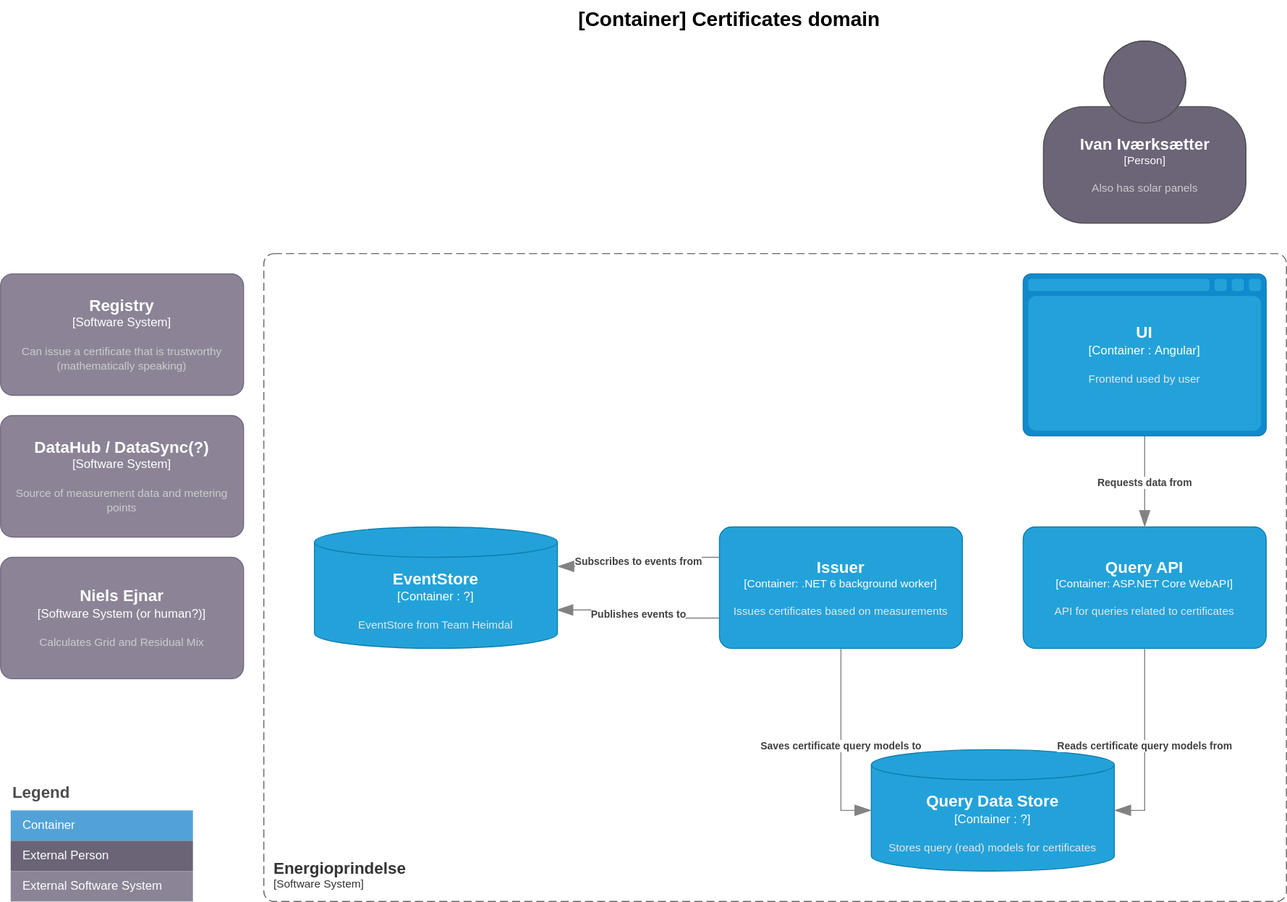
Earlier version of the draw.io export doc/architecture/diagrams/certificates.container.drawio.svg (Energinet-DataHub/energy-origin). Source tidied: cells renumbered, new cells last; positions are measured from the earlier drawing's top-left corner, leaving out a move shared by most shapes.
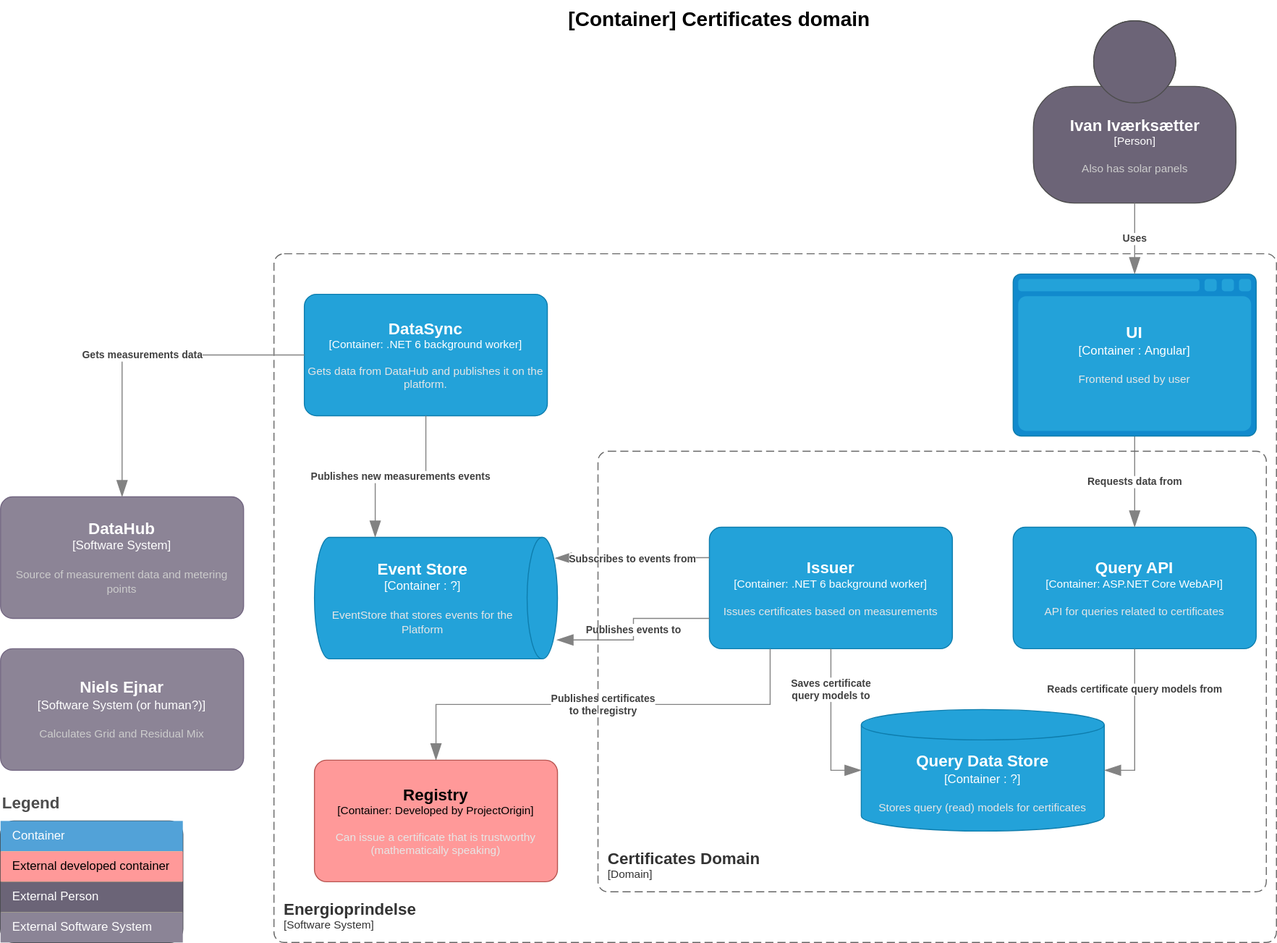
Later version of the same file.

Change to the diagram source:
```diff
@@ -6,10 +6,5 @@
       <mxCell style="rounded=1;fontSize=11;whiteSpace=wrap;html=1;dashed=1;arcSize=20;fillColor=none;strokeColor=#666666;fontColor=#333333;labelBackgroundColor=none;align=left;verticalAlign=bottom;labelBorderColor=none;spacingTop=0;spacing=10;dashPattern=8 4;perimeter=rectanglePerimeter;noLabel=0;labelPadding=0;absoluteArcSize=1;" parent="1" vertex="1">
-        <mxGeometry x="260" y="250" width="1010" height="640" as="geometry" />
+        <mxGeometry x="280" y="250" width="990" height="680" as="geometry" />
       </mxCell>
     </object>
-    <object id="3" label="&lt;font style=&quot;font-size: 16px&quot;&gt;&lt;b&gt;%c4Type%&lt;/font&gt;&lt;div&gt;[%c4Container%:&amp;nbsp;%c4Technology%]&lt;/div&gt;&lt;br&gt;&lt;div&gt;&lt;font style=&quot;font-size: 11px&quot;&gt;&lt;font color=&quot;#E6E6E6&quot;&gt;%c4Description%&lt;/font&gt;&lt;/div&gt;" c4Container="Container " c4Description="EventStore from Team Heimdal " c4Technology="?" c4Type="EventStore" placeholders="1">
-      <mxCell style="shape=cylinder3;size=15;whiteSpace=wrap;html=1;boundedLbl=1;rounded=0;labelBackgroundColor=none;fillColor=#23A2D9;fontSize=12;fontColor=#ffffff;align=center;strokeColor=#0E7DAD;points=[[0.5,0,0],[1,0.25,0],[1,0.5,0],[1,0.75,0],[0.5,1,0],[0,0.75,0],[0,0.5,0],[0,0.25,0]];" parent="1" vertex="1">
-        <mxGeometry x="310" y="520" width="240" height="120" as="geometry" />
-      </mxCell>
-    </object>
     <object id="4" label="&lt;font style=&quot;font-size: 16px&quot;&gt;&lt;b&gt;%c4Name%&lt;/b&gt;&lt;/font&gt;&lt;div&gt;[%c4Type%: %c4Technology%]&lt;/div&gt;&lt;br&gt;&lt;div&gt;&lt;font style=&quot;font-size: 11px&quot;&gt;&lt;font color=&quot;#E6E6E6&quot;&gt;%c4Description%&lt;/font&gt;&lt;/div&gt;" c4Description="API for queries related to certificates" c4Name="Query API" c4Technology="ASP.NET Core WebAPI" c4Type="Container" placeholders="1">
@@ -26,3 +21,3 @@
       <mxCell style="shape=cylinder3;size=15;whiteSpace=wrap;html=1;boundedLbl=1;rounded=0;labelBackgroundColor=none;fillColor=#23A2D9;fontSize=12;fontColor=#ffffff;align=center;strokeColor=#0E7DAD;points=[[0.5,0,0],[1,0.25,0],[1,0.5,0],[1,0.75,0],[0.5,1,0],[0,0.75,0],[0,0.5,0],[0,0.25,0]];" parent="1" vertex="1">
-        <mxGeometry x="860" y="740" width="240" height="120" as="geometry" />
+        <mxGeometry x="860" y="700" width="240" height="120" as="geometry" />
       </mxCell>
@@ -30,3 +25,3 @@
     <object id="7" label="&lt;div style=&quot;text-align: left&quot;&gt;&lt;div style=&quot;text-align: center&quot;&gt;&lt;b&gt;%c4Description%&lt;/b&gt;&lt;/div&gt;" c4Description="Subscribes to events from" c4Type="Relationship" placeholders="1">
-      <mxCell style="endArrow=blockThin;html=1;fontSize=10;fontColor=#404040;strokeWidth=1;endFill=1;strokeColor=#828282;elbow=vertical;endSize=14;startSize=14;jumpStyle=arc;jumpSize=16;rounded=0;edgeStyle=orthogonalEdgeStyle;exitX=0;exitY=0.25;exitDx=0;exitDy=0;exitPerimeter=0;entryX=1;entryY=0.325;entryDx=0;entryDy=0;entryPerimeter=0;" parent="1" edge="1" source="5" target="3">
+      <mxCell style="endArrow=blockThin;html=1;fontSize=10;fontColor=#404040;strokeWidth=1;endFill=1;strokeColor=#828282;elbow=vertical;endSize=14;startSize=14;jumpStyle=arc;jumpSize=16;rounded=0;edgeStyle=orthogonalEdgeStyle;exitX=0;exitY=0.25;exitDx=0;exitDy=0;exitPerimeter=0;entryX=0.171;entryY=0.01;entryDx=0;entryDy=0;entryPerimeter=0;" parent="1" edge="1" source="5" target="3">
         <mxGeometry relative="1" as="geometry" />
@@ -35,3 +30,3 @@
     <object id="8" label="&lt;div style=&quot;text-align: left&quot;&gt;&lt;div style=&quot;text-align: center&quot;&gt;&lt;b&gt;%c4Description%&lt;/b&gt;&lt;/div&gt;" c4Description="Publishes events to" c4Type="Relationship" placeholders="1">
-      <mxCell style="endArrow=blockThin;html=1;fontSize=10;fontColor=#404040;strokeWidth=1;endFill=1;strokeColor=#828282;elbow=vertical;endSize=14;startSize=14;jumpStyle=arc;jumpSize=16;rounded=0;edgeStyle=orthogonalEdgeStyle;entryX=0.996;entryY=0.683;entryDx=0;entryDy=0;entryPerimeter=0;exitX=0;exitY=0.75;exitDx=0;exitDy=0;exitPerimeter=0;" parent="1" edge="1" source="5" target="3">
+      <mxCell style="endArrow=blockThin;html=1;fontSize=10;fontColor=#404040;strokeWidth=1;endFill=1;strokeColor=#828282;elbow=vertical;endSize=14;startSize=14;jumpStyle=arc;jumpSize=16;rounded=0;edgeStyle=orthogonalEdgeStyle;entryX=0.844;entryY=0.003;entryDx=0;entryDy=0;entryPerimeter=0;exitX=0;exitY=0.75;exitDx=0;exitDy=0;exitPerimeter=0;" parent="1" edge="1" source="5" target="3">
         <mxGeometry relative="1" as="geometry" />
@@ -39,5 +34,5 @@
     </object>
-    <object id="9" label="&lt;div style=&quot;text-align: left&quot;&gt;&lt;div style=&quot;text-align: center&quot;&gt;&lt;b&gt;%c4Description%&lt;/b&gt;&lt;/div&gt;" c4Description="Saves certificate query models to" c4Type="Relationship" placeholders="1">
+    <object id="9" label="&lt;div style=&quot;text-align: left&quot;&gt;&lt;div style=&quot;text-align: center&quot;&gt;&lt;b&gt;%c4Description%&lt;/b&gt;&lt;/div&gt;" c4Description="Saves certificate &#10;query models to" c4Type="Relationship" placeholders="1">
       <mxCell style="endArrow=blockThin;html=1;fontSize=10;fontColor=#404040;strokeWidth=1;endFill=1;strokeColor=#828282;elbow=vertical;endSize=14;startSize=14;jumpStyle=arc;jumpSize=16;rounded=0;edgeStyle=orthogonalEdgeStyle;exitX=0.5;exitY=1;exitDx=0;exitDy=0;exitPerimeter=0;entryX=0;entryY=0.5;entryDx=0;entryDy=0;entryPerimeter=0;" parent="1" edge="1" source="5" target="6">
-        <mxGeometry relative="1" as="geometry" />
+        <mxGeometry x="-0.47" relative="1" as="geometry" />
       </mxCell>
@@ -46,3 +41,3 @@
       <mxCell style="endArrow=blockThin;html=1;fontSize=10;fontColor=#404040;strokeWidth=1;endFill=1;strokeColor=#828282;elbow=vertical;endSize=14;startSize=14;jumpStyle=arc;jumpSize=16;rounded=0;edgeStyle=orthogonalEdgeStyle;exitX=0.5;exitY=1;exitDx=0;exitDy=0;exitPerimeter=0;entryX=1;entryY=0.5;entryDx=0;entryDy=0;entryPerimeter=0;" parent="1" edge="1" source="4" target="6">
-        <mxGeometry relative="1" as="geometry" />
+        <mxGeometry x="-0.47" relative="1" as="geometry" />
       </mxCell>
@@ -54,5 +49,5 @@
     </object>
-    <object id="12" label="&lt;font style=&quot;font-size: 16px&quot;&gt;&lt;b&gt;%c4Name%&lt;/b&gt;&lt;/font&gt;&lt;div&gt;[%c4Type%]&lt;/div&gt;&lt;br&gt;&lt;div&gt;&lt;font style=&quot;font-size: 11px&quot;&gt;&lt;font color=&quot;#cccccc&quot;&gt;%c4Description%&lt;/font&gt;&lt;/div&gt;" c4Description="Source of measurement data and metering points" c4Name="DataHub / DataSync(?)" c4Type="Software System" placeholders="1">
+    <object id="12" label="&lt;font style=&quot;font-size: 16px&quot;&gt;&lt;b&gt;%c4Name%&lt;/b&gt;&lt;/font&gt;&lt;div&gt;[%c4Type%]&lt;/div&gt;&lt;br&gt;&lt;div&gt;&lt;font style=&quot;font-size: 11px&quot;&gt;&lt;font color=&quot;#cccccc&quot;&gt;%c4Description%&lt;/font&gt;&lt;/div&gt;" c4Description="Source of measurement data and metering points" c4Name="DataHub" c4Type="Software System" placeholders="1">
       <mxCell style="rounded=1;whiteSpace=wrap;html=1;labelBackgroundColor=none;fillColor=#8C8496;fontColor=#ffffff;align=center;arcSize=10;strokeColor=#736782;points=[[0.25,0,0],[0.5,0,0],[0.75,0,0],[1,0.25,0],[1,0.5,0],[1,0.75,0],[0.75,1,0],[0.5,1,0],[0.25,1,0],[0,0.75,0],[0,0.5,0],[0,0.25,0]];" parent="1" vertex="1">
-        <mxGeometry y="410" width="240" height="120" as="geometry" />
+        <mxGeometry x="10" y="490" width="240" height="120" as="geometry" />
       </mxCell>
@@ -61,3 +56,3 @@
       <mxCell style="html=1;fontSize=11;dashed=0;whitespace=wrap;fillColor=#6C6477;strokeColor=#4D4D4D;fontColor=#ffffff;shape=mxgraph.c4.person2;align=center;points=[[0.5,0,0],[1,0.5,0],[1,0.75,0],[0.75,1,0],[0.5,1,0],[0.25,1,0],[0,0.75,0],[0,0.5,0]];" parent="1" vertex="1">
-        <mxGeometry x="1030" y="40" width="200" height="180" as="geometry" />
+        <mxGeometry x="1030" y="20" width="200" height="180" as="geometry" />
       </mxCell>
@@ -71,30 +66,70 @@
       <mxCell style="rounded=1;whiteSpace=wrap;html=1;labelBackgroundColor=none;fillColor=#8C8496;fontColor=#ffffff;align=center;arcSize=10;strokeColor=#736782;" parent="1" vertex="1">
-        <mxGeometry y="550" width="240" height="120" as="geometry" />
+        <mxGeometry x="10" y="640" width="240" height="120" as="geometry" />
       </mxCell>
     </object>
-    <object id="16" label="&lt;font style=&quot;font-size: 16px&quot;&gt;&lt;b&gt;%c4Name%&lt;/b&gt;&lt;/font&gt;&lt;div&gt;[%c4Type%]&lt;/div&gt;&lt;br&gt;&lt;div&gt;&lt;font style=&quot;font-size: 11px&quot;&gt;&lt;font color=&quot;#cccccc&quot;&gt;%c4Description%&lt;/font&gt;&lt;/div&gt;" c4Description="Can issue a certificate that is trustworthy (mathematically speaking)" c4Name="Registry" c4Type="Software System" placeholders="1">
-      <mxCell style="rounded=1;whiteSpace=wrap;html=1;labelBackgroundColor=none;fillColor=#8C8496;fontColor=#ffffff;align=center;arcSize=10;strokeColor=#736782;" parent="1" vertex="1">
-        <mxGeometry y="270" width="240" height="120" as="geometry" />
-      </mxCell>
-    </object>
+    <object id="22" label="&lt;font style=&quot;font-size: 20px;&quot;&gt;&lt;b style=&quot;font-size: 20px;&quot;&gt;&lt;div style=&quot;font-size: 20px;&quot;&gt;%c4Name%&lt;/div&gt;&lt;/b&gt;&lt;/font&gt;&lt;div style=&quot;font-size: 20px;&quot;&gt;%c4Description%&lt;/div&gt;" c4Description="" c4Name="[Container] Certificates domain" c4Type="ContainerDiagramTitle" placeholders="1">
+      <mxCell style="text;html=1;strokeColor=none;fillColor=none;align=center;verticalAlign=top;whiteSpace=wrap;rounded=0;fontSize=20;" parent="1" vertex="1">
+        <mxGeometry x="520" width="400" height="40" as="geometry" />
+      </mxCell>
+    </object>
+    <object id="3" label="&lt;font style=&quot;font-size: 16px&quot;&gt;&lt;b&gt;%c4Type%&lt;/font&gt;&lt;div&gt;[%c4Container%:&amp;nbsp;%c4Technology%]&lt;/div&gt;&lt;br&gt;&lt;div&gt;&lt;font style=&quot;font-size: 11px&quot;&gt;&lt;font color=&quot;#E6E6E6&quot;&gt;%c4Description%&lt;/font&gt;&lt;/div&gt;" c4Container="Container " c4Description="EventStore that stores events for the Platform" c4Technology="?" c4Type="Event Store" placeholders="1">
+      <mxCell style="shape=cylinder3;size=15;direction=south;whiteSpace=wrap;html=1;boundedLbl=1;rounded=0;labelBackgroundColor=none;fillColor=#23A2D9;fontSize=12;fontColor=#ffffff;align=center;strokeColor=#0E7DAD;points=[[0.5,0,0],[1,0.25,0],[1,0.5,0],[1,0.75,0],[0.5,1,0],[0,0.75,0],[0,0.5,0],[0,0.25,0]];" parent="1" vertex="1">
+        <mxGeometry x="320" y="530" width="240" height="120" as="geometry" />
+      </mxCell>
+    </object>
+    <object id="23" label="&lt;font style=&quot;font-size: 16px&quot;&gt;&lt;b&gt;%c4Name%&lt;/b&gt;&lt;/font&gt;&lt;div&gt;[%c4Type%: %c4Technology%]&lt;/div&gt;&lt;br&gt;&lt;div&gt;&lt;font style=&quot;font-size: 11px&quot;&gt;&lt;font color=&quot;#E6E6E6&quot;&gt;%c4Description%&lt;/font&gt;&lt;/div&gt;" c4Description="Gets data from DataHub and publishes it on the platform." c4Name="DataSync" c4Technology=".NET 6 background worker" c4Type="Container" placeholders="1">
+      <mxCell style="rounded=1;whiteSpace=wrap;html=1;fontSize=11;labelBackgroundColor=none;fillColor=#23A2D9;fontColor=#ffffff;align=center;arcSize=10;strokeColor=#0E7DAD;points=[[0.25,0,0],[0.5,0,0],[0.75,0,0],[1,0.25,0],[1,0.5,0],[1,0.75,0],[0.75,1,0],[0.5,1,0],[0.25,1,0],[0,0.75,0],[0,0.5,0],[0,0.25,0]];" parent="1" vertex="1">
+        <mxGeometry x="310" y="290" width="240" height="120" as="geometry" />
+      </mxCell>
+    </object>
+    <object id="24" label="&lt;div style=&quot;text-align: left&quot;&gt;&lt;div style=&quot;text-align: center&quot;&gt;&lt;b&gt;%c4Description%&lt;/b&gt;&lt;/div&gt;" c4Description="Publishes new measurements events" c4Type="Relationship" placeholders="1">
+      <mxCell style="endArrow=blockThin;html=1;fontSize=10;fontColor=#404040;strokeWidth=1;endFill=1;strokeColor=#828282;elbow=vertical;endSize=14;startSize=14;jumpStyle=arc;jumpSize=16;rounded=0;edgeStyle=orthogonalEdgeStyle;exitX=0.5;exitY=1;exitDx=0;exitDy=0;exitPerimeter=0;entryX=0;entryY=0.75;entryDx=0;entryDy=0;entryPerimeter=0;" parent="1" edge="1" source="23" target="3">
+        <mxGeometry relative="1" as="geometry" />
+      </mxCell>
+    </object>
+    <object id="25" label="&lt;div style=&quot;text-align: left&quot;&gt;&lt;div style=&quot;text-align: center&quot;&gt;&lt;b&gt;%c4Description%&lt;/b&gt;&lt;/div&gt;" c4Description="Gets measurements data" c4Type="Relationship" placeholders="1">
+      <mxCell style="endArrow=blockThin;html=1;fontSize=10;fontColor=#404040;strokeWidth=1;endFill=1;strokeColor=#828282;elbow=vertical;endSize=14;startSize=14;jumpStyle=arc;jumpSize=16;rounded=0;edgeStyle=orthogonalEdgeStyle;exitX=0;exitY=0.5;exitDx=0;exitDy=0;exitPerimeter=0;entryX=0.5;entryY=0;entryDx=0;entryDy=0;entryPerimeter=0;" parent="1" edge="1" source="23" target="12">
+        <mxGeometry relative="1" as="geometry" />
+      </mxCell>
+    </object>
+    <object id="26" label="&lt;div style=&quot;text-align: left&quot;&gt;&lt;div style=&quot;text-align: center&quot;&gt;&lt;b&gt;%c4Description%&lt;/b&gt;&lt;/div&gt;" c4Description="Publishes certificates&#10;to the registry" c4Type="Relationship" placeholders="1">
+      <mxCell style="endArrow=blockThin;html=1;fontSize=10;fontColor=#404040;strokeWidth=1;endFill=1;strokeColor=#828282;elbow=vertical;endSize=14;startSize=14;jumpStyle=arc;jumpSize=16;rounded=0;edgeStyle=orthogonalEdgeStyle;exitX=0.25;exitY=1;exitDx=0;exitDy=0;exitPerimeter=0;entryX=0.5;entryY=0;entryDx=0;entryDy=0;entryPerimeter=0;" parent="1" edge="1" source="5" target="27">
+        <mxGeometry relative="1" as="geometry" />
+      </mxCell>
+    </object>
+    <object id="27" label="&lt;font style=&quot;font-size: 16px&quot;&gt;&lt;b&gt;%c4Name%&lt;/b&gt;&lt;/font&gt;&lt;div&gt;[%c4Type%: %c4Technology%]&lt;/div&gt;&lt;br&gt;&lt;div&gt;&lt;font style=&quot;font-size: 11px&quot;&gt;&lt;font color=&quot;#E6E6E6&quot;&gt;%c4Description%&lt;/font&gt;&lt;/div&gt;" c4Description="Can issue a certificate that is trustworthy (mathematically speaking)" c4Name="Registry" c4Technology="Developed by ProjectOrigin" c4Type="Container" placeholders="1">
+      <mxCell style="rounded=1;whiteSpace=wrap;html=1;fontSize=11;labelBackgroundColor=none;fillColor=#FF9999;align=center;arcSize=10;strokeColor=#b85450;points=[[0.25,0,0],[0.5,0,0],[0.75,0,0],[1,0.25,0],[1,0.5,0],[1,0.75,0],[0.75,1,0],[0.5,1,0],[0.25,1,0],[0,0.75,0],[0,0.5,0],[0,0.25,0]];" parent="1" vertex="1">
+        <mxGeometry x="320" y="750" width="240" height="120" as="geometry" />
+      </mxCell>
+    </object>
     <mxCell id="17" value="Legend" style="align=left;fontSize=16;fontStyle=1;strokeColor=none;fillColor=none;fontColor=#4D4D4D;spacingTop=-8;" parent="1" vertex="1">
-      <mxGeometry x="10" y="770" width="180" height="30" as="geometry" />
+      <mxGeometry x="10" y="780" width="180" height="30" as="geometry" />
     </mxCell>
-    <mxCell id="18" style="shape=table;html=1;whiteSpace=wrap;startSize=0;fillColor=none;align=left;spacingLeft=10;strokeColor=none;rounded=1;arcSize=11;fontColor=#FFFFFF;" parent="1" vertex="1">
-      <mxGeometry x="10" y="800" width="180" height="90" as="geometry" />
-    </mxCell>
+    <mxCell id="28" style="shape=table;html=1;whiteSpace=wrap;startSize=0;fillColor=#ffff88;align=left;spacingLeft=10;strokeColor=#36393d;rounded=1;arcSize=11;" parent="1" vertex="1">
+      <mxGeometry x="10" y="810" width="180" height="120" as="geometry" />
+    </mxCell>
-    <mxCell id="19" value="Container" style="shape=partialRectangle;html=1;whiteSpace=wrap;fillColor=#52A2D8;top=0;left=0;bottom=0;right=0;overflow=hidden;align=left;spacingLeft=10;fontColor=#FFFFFF;" parent="18" vertex="1">
+    <mxCell id="19" value="Container" style="shape=partialRectangle;html=1;whiteSpace=wrap;fillColor=#52A2D8;top=0;left=0;bottom=0;right=0;overflow=hidden;align=left;spacingLeft=10;fontColor=#FFFFFF;" parent="28" vertex="1">
       <mxGeometry width="180" height="30" as="geometry" />
     </mxCell>
+    <mxCell id="29" value="External developed container" style="shape=partialRectangle;html=1;whiteSpace=wrap;fillColor=#FF9999;top=0;left=0;bottom=0;right=0;overflow=hidden;align=left;spacingLeft=10;strokeColor=#b85450;" parent="28" vertex="1">
+      <mxGeometry y="30" width="180" height="30" as="geometry" />
+    </mxCell>
-    <mxCell id="20" value="External Person" style="shape=partialRectangle;html=1;whiteSpace=wrap;fillColor=#6B6477;top=0;left=0;bottom=0;right=0;overflow=hidden;align=left;spacingLeft=10;fontColor=#FFFFFF;" parent="18" vertex="1">
-      <mxGeometry y="30" width="180" height="30" as="geometry" />
+    <mxCell id="20" value="External Person" style="shape=partialRectangle;html=1;whiteSpace=wrap;fillColor=#6B6477;top=0;left=0;bottom=0;right=0;overflow=hidden;align=left;spacingLeft=10;fontColor=#FFFFFF;" parent="28" vertex="1">
+      <mxGeometry y="60" width="180" height="30" as="geometry" />
     </mxCell>
-    <mxCell id="21" value="External Software System" style="shape=partialRectangle;html=1;whiteSpace=wrap;fillColor=#8B8496;top=0;left=0;bottom=0;right=0;overflow=hidden;align=left;spacingLeft=10;fontColor=#FFFFFF;" parent="18" vertex="1">
-      <mxGeometry y="60" width="180" height="30" as="geometry" />
+    <mxCell id="21" value="External Software System" style="shape=partialRectangle;html=1;whiteSpace=wrap;fillColor=#8B8496;top=0;left=0;bottom=0;right=0;overflow=hidden;align=left;spacingLeft=10;fontColor=#FFFFFF;" parent="28" vertex="1">
+      <mxGeometry y="90" width="180" height="30" as="geometry" />
     </mxCell>
-    <object id="22" label="&lt;font style=&quot;font-size: 20px;&quot;&gt;&lt;b style=&quot;font-size: 20px;&quot;&gt;&lt;div style=&quot;font-size: 20px;&quot;&gt;%c4Name%&lt;/div&gt;&lt;/b&gt;&lt;/font&gt;&lt;div style=&quot;font-size: 20px;&quot;&gt;%c4Description%&lt;/div&gt;" c4Description="" c4Name="[Container] Certificates domain" c4Type="ContainerDiagramTitle" placeholders="1">
-      <mxCell style="text;html=1;strokeColor=none;fillColor=none;align=center;verticalAlign=top;whiteSpace=wrap;rounded=0;fontSize=20;" parent="1" vertex="1">
-        <mxGeometry x="520" width="400" height="40" as="geometry" />
-      </mxCell>
-    </object>
+    <object id="30" label="&lt;font style=&quot;font-size: 16px&quot;&gt;&lt;b&gt;&lt;div style=&quot;text-align: left&quot;&gt;%c4Name%&lt;/div&gt;&lt;/b&gt;&lt;/font&gt;&lt;div style=&quot;text-align: left&quot;&gt;[%c4Application%]&lt;/div&gt;" c4Application="Domain" c4Name="Certificates Domain" c4Type="SystemScopeBoundary" placeholders="1">
+      <mxCell style="rounded=1;fontSize=11;whiteSpace=wrap;html=1;dashed=1;arcSize=20;fillColor=none;strokeColor=#666666;fontColor=#333333;labelBackgroundColor=none;align=left;verticalAlign=bottom;labelBorderColor=none;spacingTop=0;spacing=10;dashPattern=8 4;perimeter=rectanglePerimeter;noLabel=0;labelPadding=0;absoluteArcSize=1;" parent="1" vertex="1">
+        <mxGeometry x="600" y="445" width="660" height="435" as="geometry" />
+      </mxCell>
+    </object>
+    <object id="31" label="&lt;div style=&quot;text-align: left&quot;&gt;&lt;div style=&quot;text-align: center&quot;&gt;&lt;b&gt;%c4Description%&lt;/b&gt;&lt;/div&gt;" c4Description="Uses" c4Type="Relationship" placeholders="1">
+      <mxCell style="endArrow=blockThin;html=1;fontSize=10;fontColor=#404040;strokeWidth=1;endFill=1;strokeColor=#828282;elbow=vertical;endSize=14;startSize=14;jumpStyle=arc;jumpSize=16;rounded=0;edgeStyle=orthogonalEdgeStyle;exitX=0.5;exitY=1;exitDx=0;exitDy=0;exitPerimeter=0;" parent="1" edge="1" source="13">
+        <mxGeometry relative="1" as="geometry">
+          <mxPoint x="1130" y="270" as="targetPoint" />
+        </mxGeometry>
+      </mxCell>
+    </object>
   </root>
```
